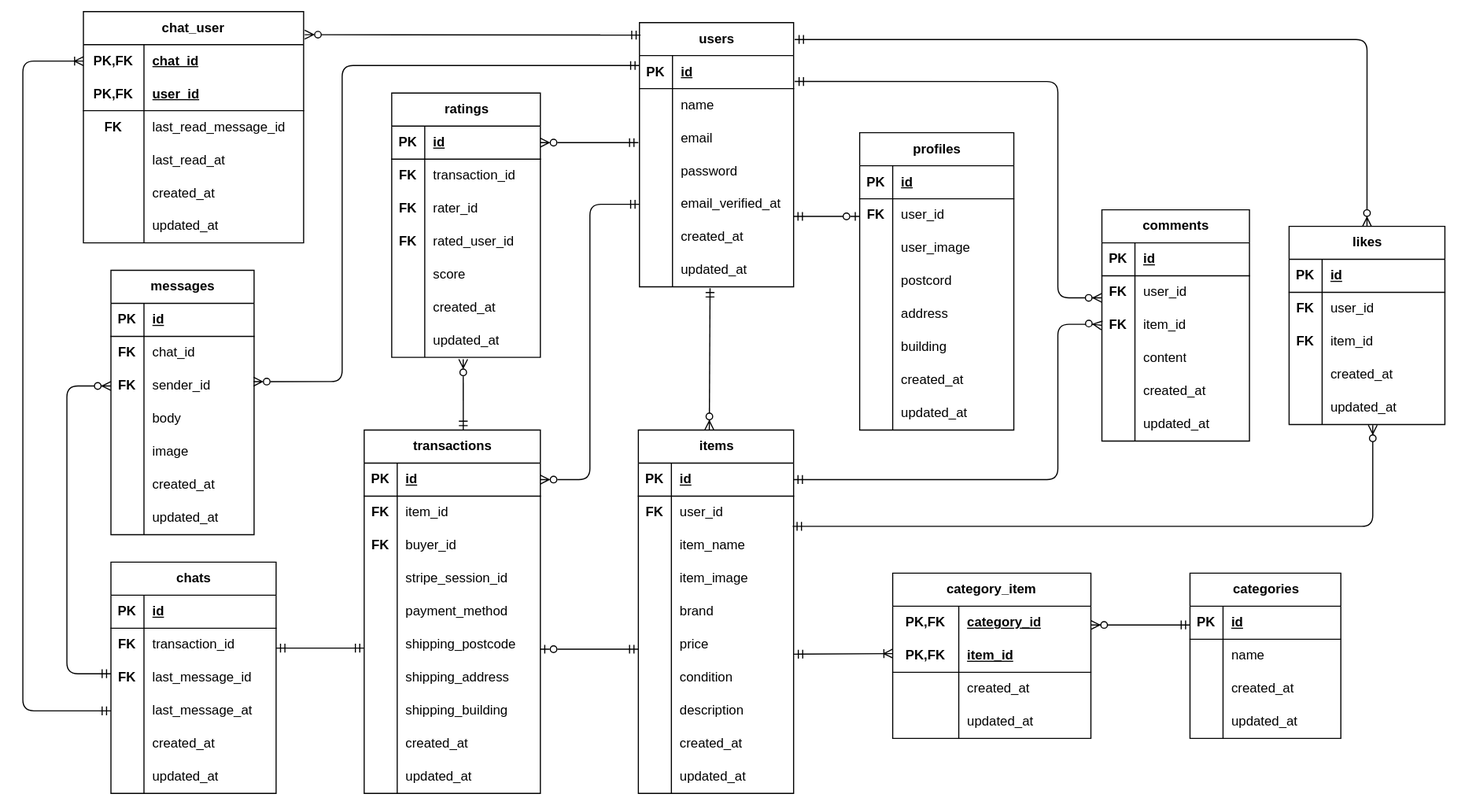
Before: ER.drawio.svg, a diagram exported from draw.io (mutoryoko/ProTest). Source tidied: cells renumbered, new cells last; positions are measured from the earlier drawing's top-left corner, leaving out a move shared by most shapes.
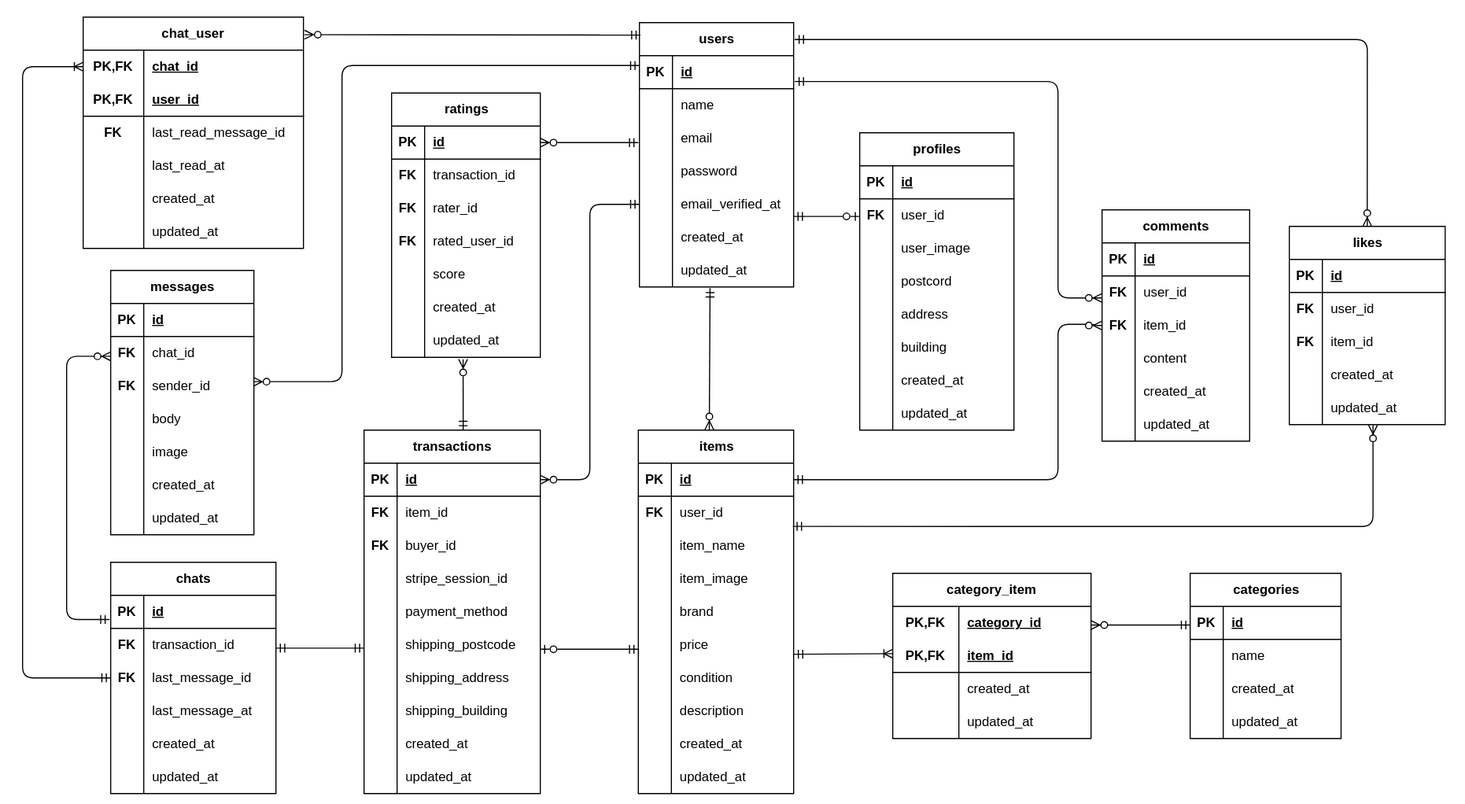
The same file after the commit.

Commit message:
ER図の微調整

The edit, as a diff of the source:
```diff
@@ -723,7 +723,7 @@
       <mxGeometry x="30" width="100" height="30" as="geometry" />
     </mxCell>
     <mxCell id="233" value="chat_user" style="shape=table;startSize=30;rowLines=0;fontStyle=1;align=center;html=1;whiteSpace=wrap;" parent="1" vertex="1">
-      <mxGeometry x="75" y="10" width="200" height="210" as="geometry" />
+      <mxGeometry x="75" y="15" width="200" height="210" as="geometry" />
     </mxCell>
     <mxCell id="234" style="shape=tableRow;horizontal=0;startSize=0;swimlaneHead=0;swimlaneBody=0;fillColor=none;points=[[0,0.5],[1,0.5]];portConstraint=eastwest;top=0;left=0;right=0;bottom=0;html=1;" parent="233" vertex="1">
       <mxGeometry y="30" width="200" height="30" as="geometry" />
@@ -824,13 +824,12 @@
         <mxPoint x="330" y="588" as="targetPoint" />
       </mxGeometry>
     </mxCell>
-    <mxCell id="266" style="edgeStyle=orthogonalEdgeStyle;fontSize=12;html=1;endArrow=ERzeroToMany;startArrow=ERmandOne;exitX=0;exitY=0.21;exitDx=0;exitDy=0;exitPerimeter=0;" parent="1" edge="1">
+    <mxCell id="266" style="edgeStyle=orthogonalEdgeStyle;fontSize=12;html=1;endArrow=ERzeroToMany;startArrow=ERmandOne;exitX=-0.007;exitY=0.733;exitDx=0;exitDy=0;exitPerimeter=0;" parent="1" edge="1" source="171">
       <mxGeometry relative="1" as="geometry">
-        <mxPoint x="100" y="611.3" as="sourcePoint" />
-        <mxPoint x="100" y="350" as="targetPoint" />
+        <mxPoint x="100" y="323" as="targetPoint" />
         <Array as="points">
-          <mxPoint x="60" y="611" />
-          <mxPoint x="60" y="350" />
+          <mxPoint x="60" y="562" />
+          <mxPoint x="60" y="323" />
         </Array>
       </mxGeometry>
     </mxCell>
@@ -840,11 +839,11 @@
         <mxPoint x="581" y="31.3" as="targetPoint" />
       </mxGeometry>
     </mxCell>
-    <mxCell id="268" style="edgeStyle=orthogonalEdgeStyle;fontSize=12;html=1;endArrow=ERoneToMany;startArrow=ERmandOne;endFill=0;exitX=0;exitY=0.5;exitDx=0;exitDy=0;entryX=0;entryY=0.5;entryDx=0;entryDy=0;" parent="1" edge="1" source="180" target="234">
+    <mxCell id="268" style="edgeStyle=orthogonalEdgeStyle;fontSize=12;html=1;endArrow=ERoneToMany;startArrow=ERmandOne;endFill=0;exitX=0;exitY=0.5;exitDx=0;exitDy=0;entryX=0;entryY=0.5;entryDx=0;entryDy=0;" parent="1" edge="1" source="177" target="234">
       <mxGeometry relative="1" as="geometry">
         <Array as="points">
-          <mxPoint x="20" y="645" />
-          <mxPoint x="20" y="55" />
+          <mxPoint x="20" y="615" />
+          <mxPoint x="20" y="60" />
         </Array>
       </mxGeometry>
     </mxCell>
```
